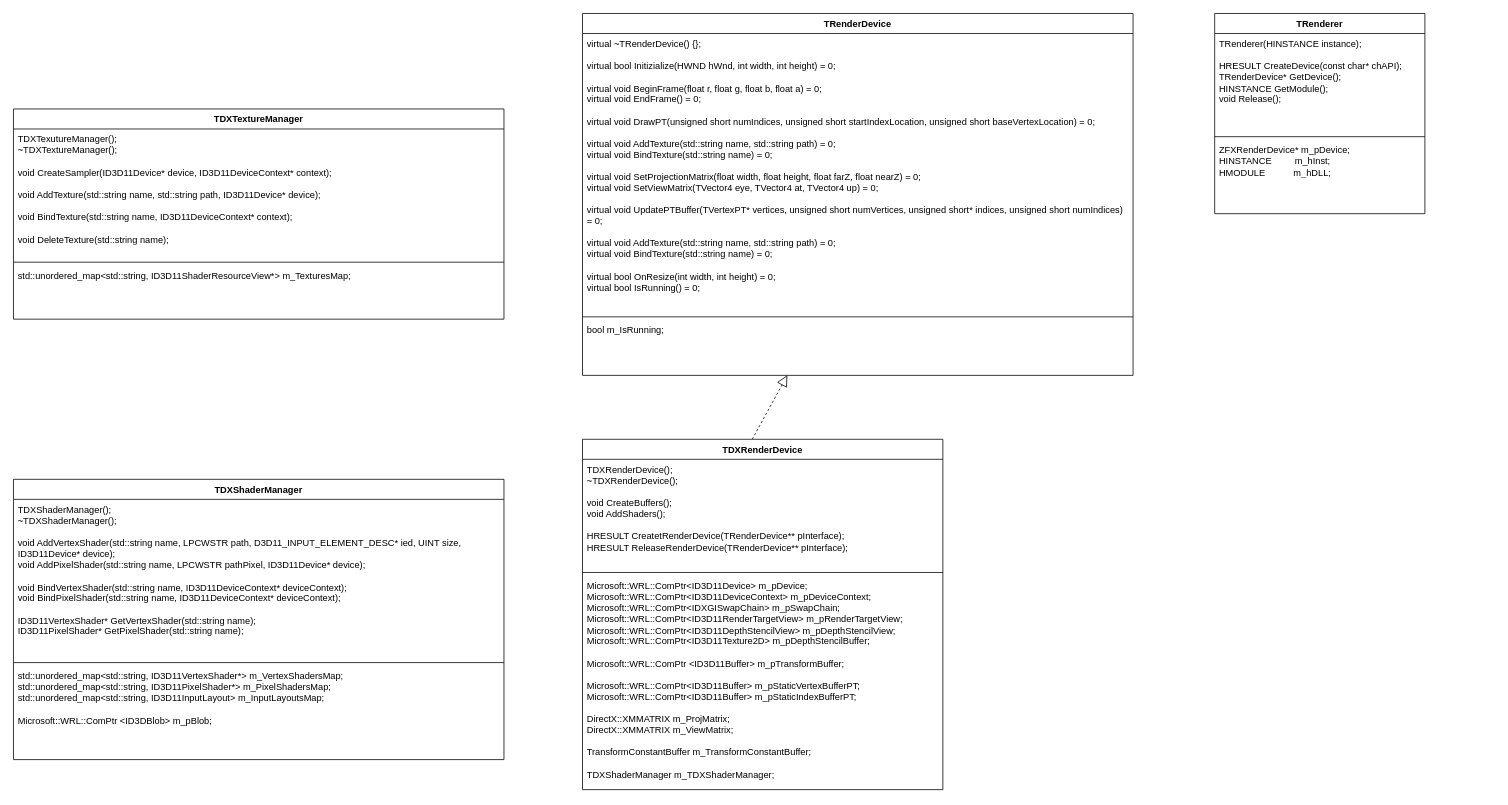
The draw.io diagram UML/TRenderer.drawio in f1oating/TRender, before the edit. Source tidied: cells renumbered, new cells numbered last; positions are measured from the earlier drawing's top-left corner, leaving out a move shared by most shapes. Both pictures are drawn from the tidied source at 77%, with x=0, y=0 at pixel (13, 13).
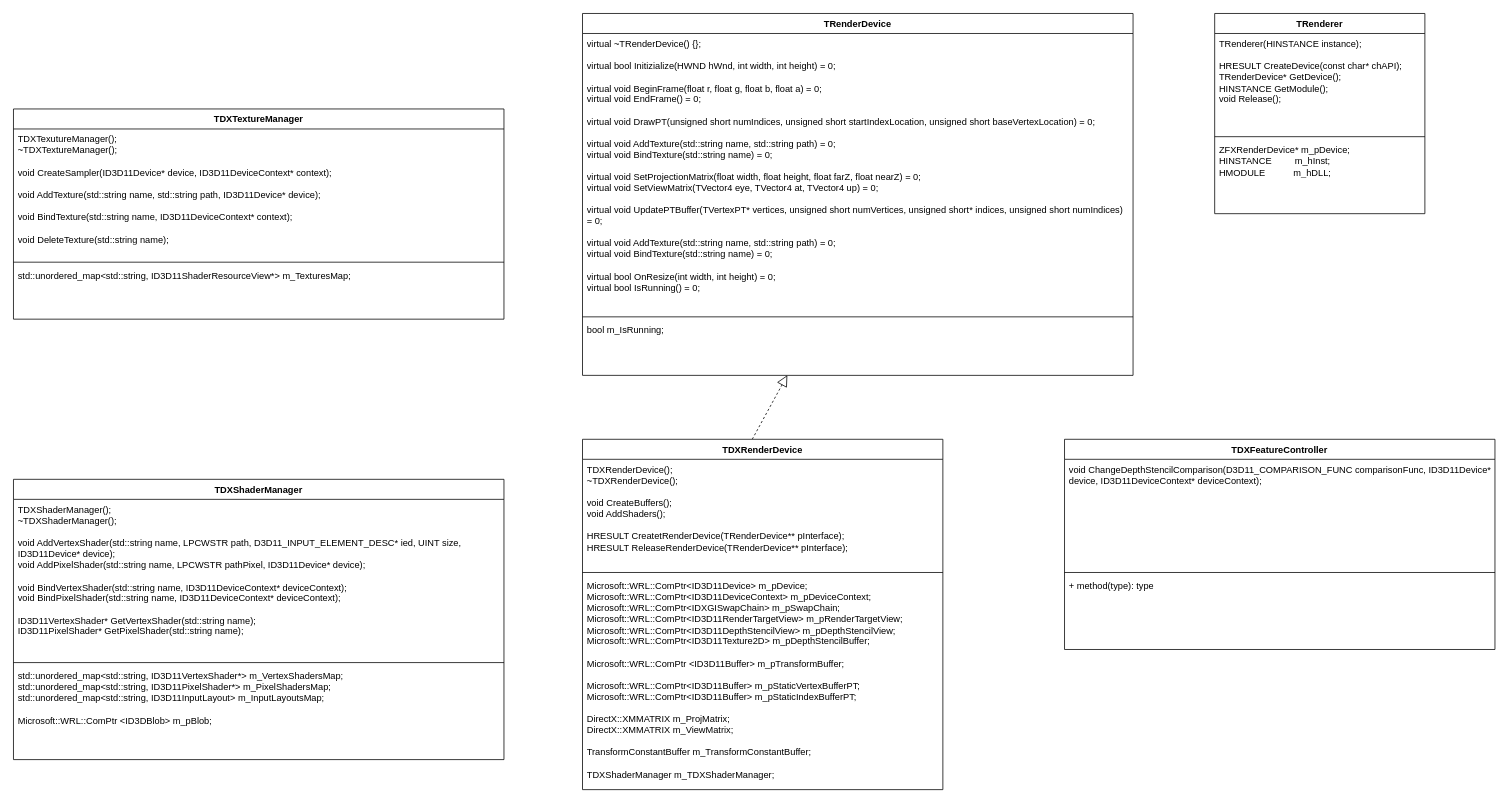
The same diagram, later.

Change to the diagram source:
```diff
@@
+    <mxCell id="23" value="TDXFeatureController" style="swimlane;fontStyle=1;align=center;verticalAlign=top;horizontal=1;startSize=26;whiteSpace=wrap;html=1;" parent="1" vertex="1">
+      <mxGeometry x="1365" y="553" width="559" height="273" as="geometry" />
+    </mxCell>
+    <mxCell id="24" value="&lt;span class=&quot;hljs-type&quot;&gt;void&lt;/span&gt; &lt;span class=&quot;hljs-title&quot;&gt;ChangeDepthStencilComparison&lt;/span&gt;&lt;span class=&quot;hljs-params&quot;&gt;(D3D11_COMPARISON_FUNC comparisonFunc, &lt;/span&gt;ID3D11Device* device, ID3D11DeviceContext* deviceContext&lt;span class=&quot;hljs-params&quot;&gt;);&lt;/span&gt;" style="text;strokeColor=none;fillColor=none;align=left;verticalAlign=top;spacingLeft=4;spacingRight=4;overflow=hidden;whiteSpace=wrap;html=1;" parent="23" vertex="1">
+      <mxGeometry y="26" width="559" height="143" as="geometry" />
+    </mxCell>
+    <mxCell id="25" style="line;strokeWidth=1;fillColor=none;align=left;verticalAlign=middle;spacingTop=-1;spacingLeft=3;spacingRight=3;labelPosition=right;strokeColor=inherit;" parent="23" vertex="1">
+      <mxGeometry y="169" width="559" height="8" as="geometry" />
+    </mxCell>
+    <mxCell id="26" value="+ method(type): type" style="text;strokeColor=none;fillColor=none;align=left;verticalAlign=top;spacingLeft=4;spacingRight=4;overflow=hidden;whiteSpace=wrap;html=1;" parent="23" vertex="1">
+      <mxGeometry y="177" width="559" height="96" as="geometry" />
+    </mxCell>
```
